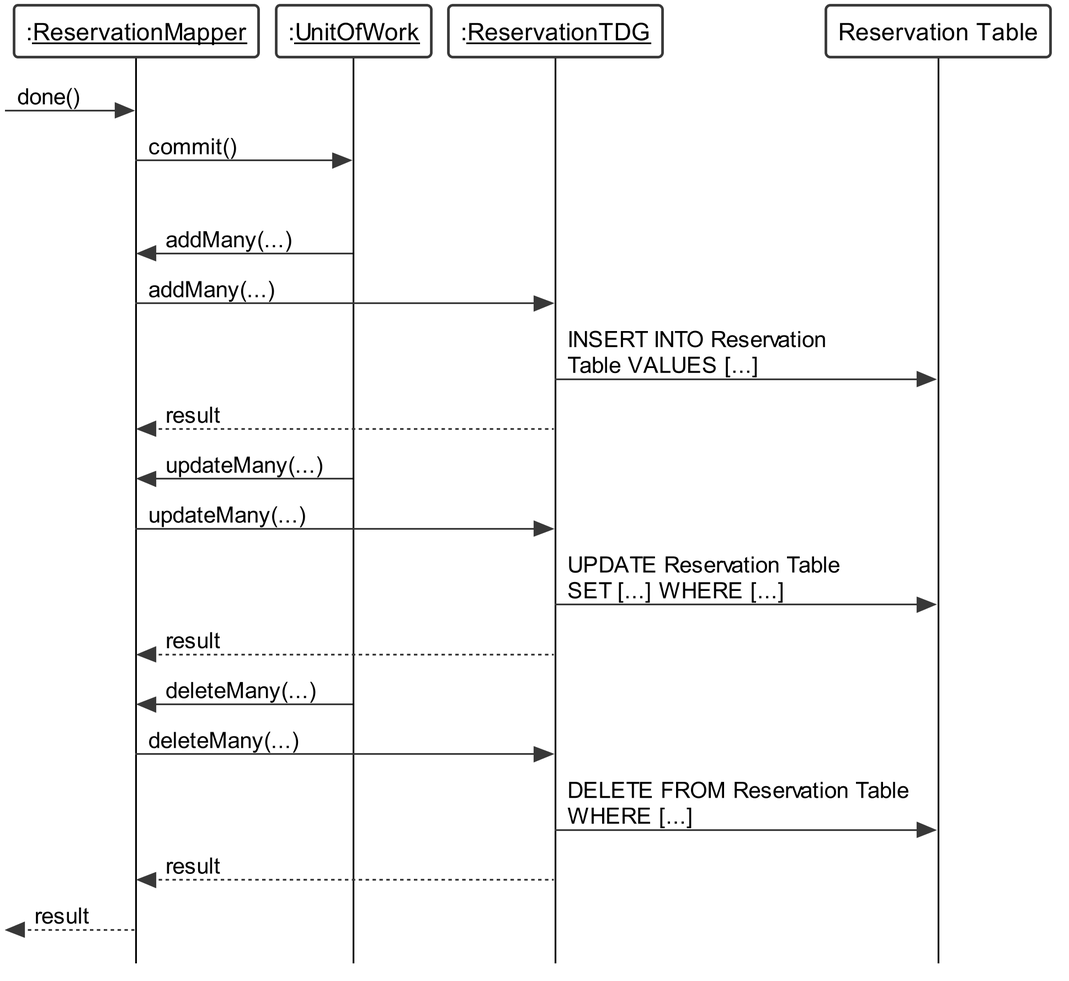
Above: Documentation/plantuml/Complete_Work.png in wolfcall/Tyrell-Corp (PlantUML), before the change. Its diagram source:
```plantuml
@startuml
skinparam {
	roundcorner 5
	sequenceMessageAlign left
	dpi 300
	monochrome true
	backgroundColor white
	classBackgroundColor white
	style strictuml
	defaultFontName Arial
	maxmessagesize 200
	lifelineStrategy solid
	classAttributeIconSize 0
}

skinparam sequence {
	LifeLineBackgroundColor white
	LifeLineBorderColor black
	BoxBackgroundColor white
	ParticipantBackgroundColor white
	ActorBackgroundColor white
}

skinparam usecase {
	BackgroundColor white
}

skinparam sequenceMessageAlign left

participant ":__ReservationMapper__" as rMapper
participant ":__UnitOfWork__" as UoW
participant ":__ReservationTDG__" as rTDG
participant "Reservation Table" as rTable

[-> rMapper : done()
rMapper -> UoW : commit()
|||

UoW -> rMapper : addMany(...)
rMapper -> rTDG : addMany(...)
rTDG -> rTable : INSERT INTO Reservation \nTable VALUES [...]
rTDG --> rMapper : result

UoW -> rMapper: updateMany(...)
rMapper -> rTDG : updateMany(...)
rTDG -> rTable : UPDATE Reservation Table \nSET [...] WHERE [...]
rTDG --> rMapper : result

UoW -> rMapper : deleteMany(...)
rMapper -> rTDG : deleteMany(...)
rTDG -> rTable : DELETE FROM Reservation Table \nWHERE [...]
rTDG --> rMapper : result

[<-- rMapper : result

@enduml
```
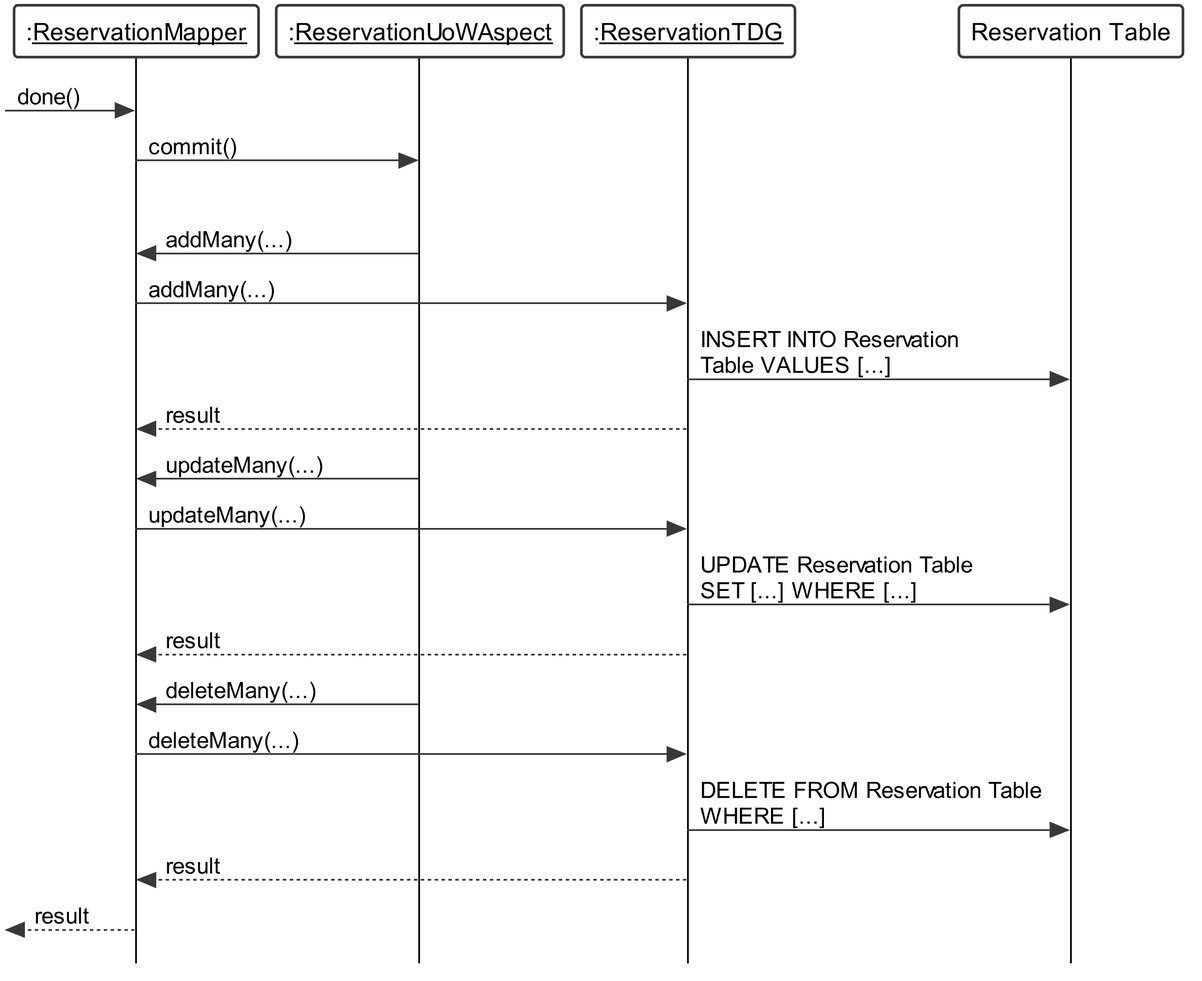
Above is the later version.

Diff of the diagram source:
```diff
@@ -28,7 +28,7 @@
 skinparam sequenceMessageAlign left
 
 participant ":__ReservationMapper__" as rMapper
-participant ":__UnitOfWork__" as UoW
+participant ":__ReservationUoWAspect__" as UoW
 participant ":__ReservationTDG__" as rTDG
 participant "Reservation Table" as rTable
 
```
